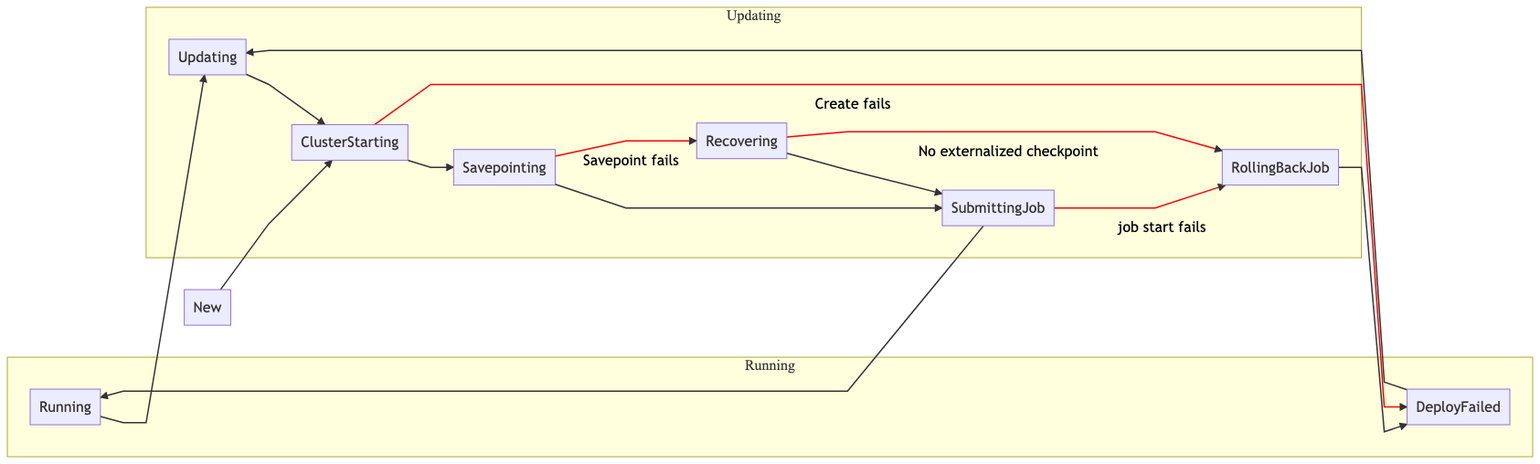
lyft/flinkk8soperator keeps this Mermaid diagram as docs/state_machine.png. Above is the earlier version. Its source is kept beside it as docs/state_machine.mmd.
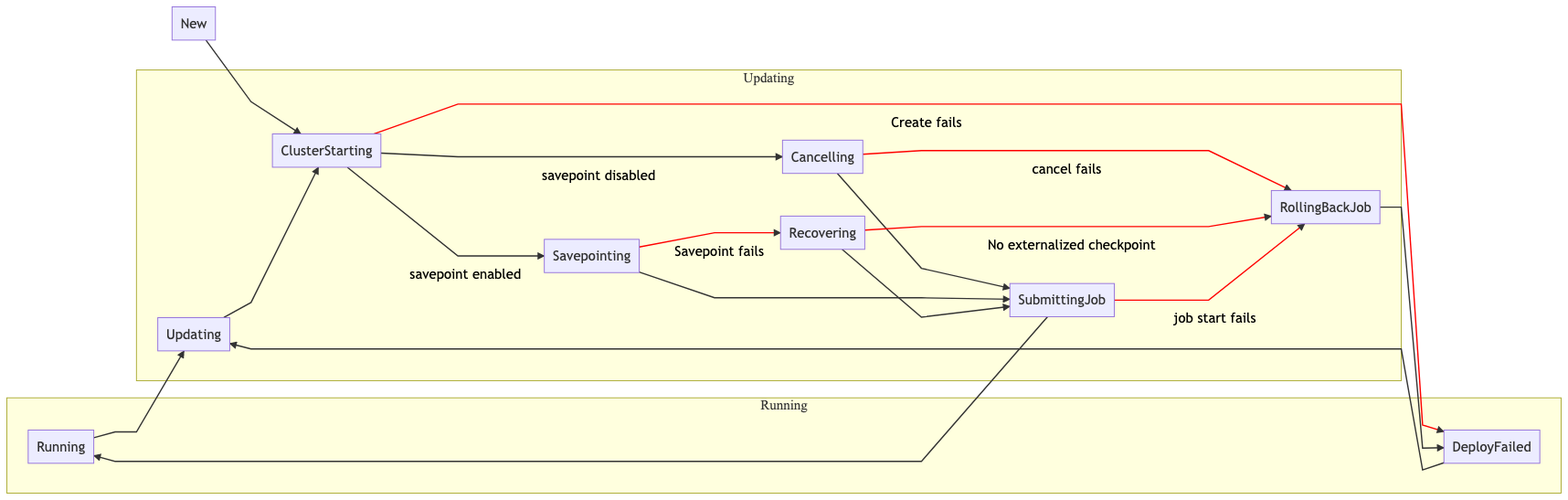
Above is the later version.

Commit message:
Allow disabling Savepoint during updates (#184)

The edit, as a diff of the source:
```diff
@@ -12,9 +12,12 @@
 Updating --> ClusterStarting
 DeployFailed --> Updating
 
-ClusterStarting --> Savepointing
+ClusterStarting -- savepoint disabled --> Cancelling
+ClusterStarting -- savepoint enabled --> Savepointing
 ClusterStarting -- Create fails --> DeployFailed
 
+Cancelling   --> SubmittingJob
+Cancelling   -- cancel fails --> RollingBackJob
 Savepointing --> SubmittingJob
 Savepointing -- Savepoint fails --> Recovering
 
@@ -26,7 +29,10 @@
 RollingBackJob --> DeployFailed
 end
 
-linkStyle 5 stroke:#FF0000
-linkStyle 7 stroke:#FF0000
-linkStyle 9 stroke:#FF0000
-linkStyle 11 stroke:#FF0000
+linkStyle 4 stroke:#303030
+linkStyle 5 stroke:#303030
+linkStyle 6 stroke:#FF0000
+linkStyle 8 stroke:#FF0000
+linkStyle 10 stroke:#FF0000
+linkStyle 12 stroke:#FF0000
+linkStyle 14 stroke:#FF0000
```
